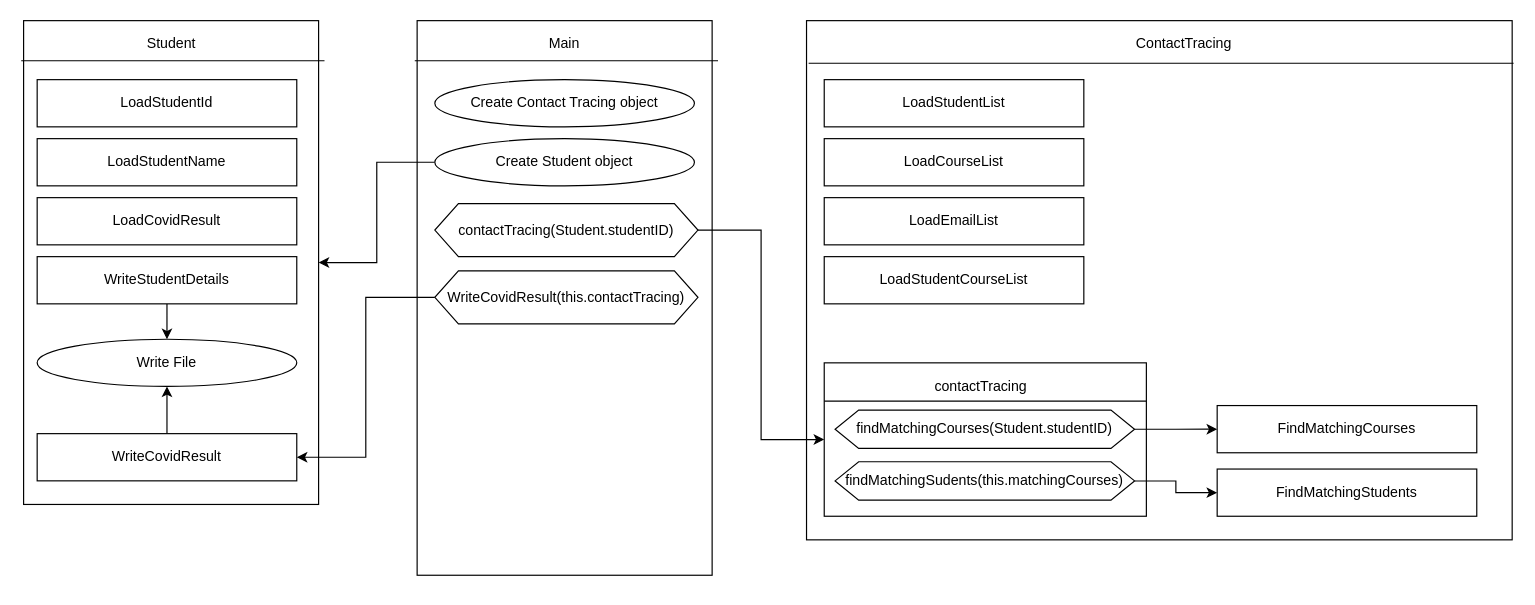
Earlier version of the draw.io diagram Untitled Diagram.drawio (JackStirling15/JavaAsignment1). Source tidied: cells renumbered, new cells numbered last; positions are measured from the earlier drawing's top-left corner, leaving out a move shared by most shapes. Both pictures are drawn from the tidied source at 118%, with x=0, y=0 at pixel (20, 20).
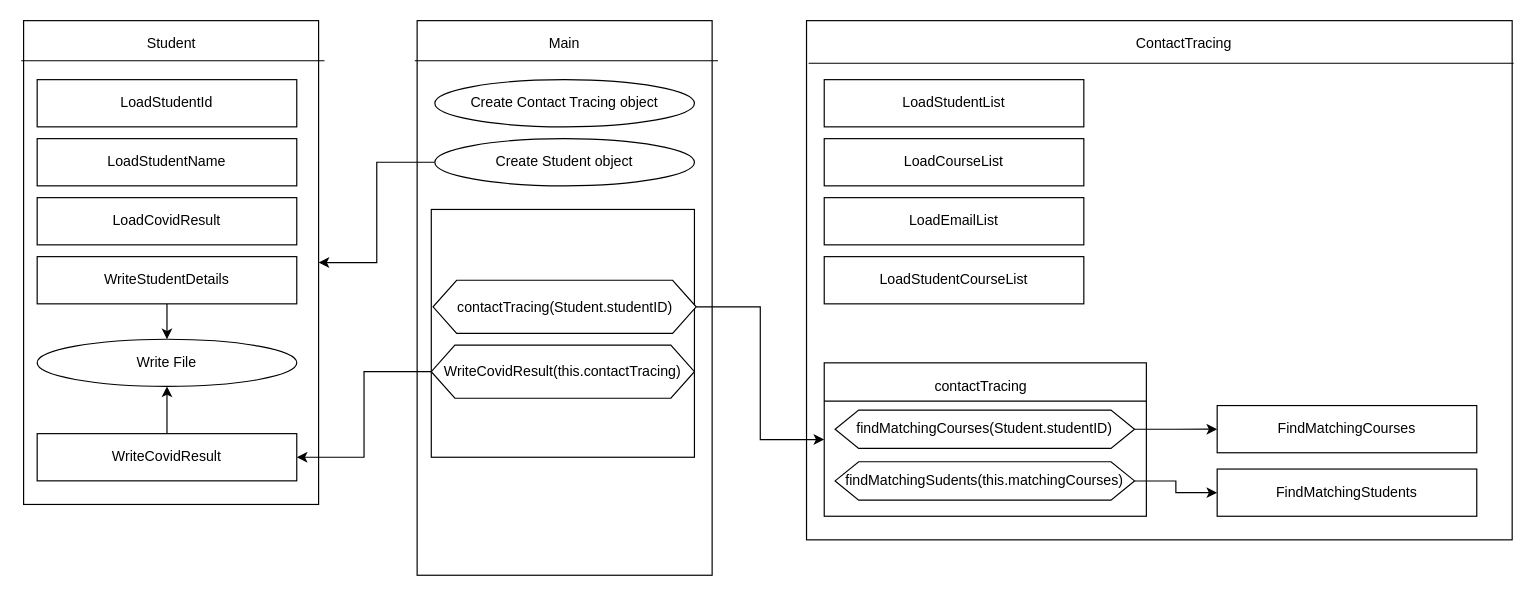
The same page after the edit.

Change to the diagram source:
```diff
@@
+    <mxCell id="42" style="rounded=0;whiteSpace=wrap;html=1;" parent="1" vertex="1">
+      <mxGeometry x="348" y="160" width="223" height="210" as="geometry" />
+    </mxCell>
@@
     <mxCell id="30" value="contactTracing(Student.studentID)" style="shape=hexagon;perimeter=hexagonPerimeter2;whiteSpace=wrap;html=1;fixedSize=1;" parent="1" vertex="1">
-      <mxGeometry x="351" y="155" width="223" height="45" as="geometry" />
+      <mxGeometry x="349.5" y="220" width="223" height="45" as="geometry" />
     </mxCell>
@@
     <mxCell id="41" value="WriteCovidResult(this.contactTracing)" style="shape=hexagon;perimeter=hexagonPerimeter2;whiteSpace=wrap;html=1;fixedSize=1;" parent="1" vertex="1">
-      <mxGeometry x="351" y="212" width="223" height="45" as="geometry" />
+      <mxGeometry x="348" y="275" width="223" height="45" as="geometry" />
     </mxCell>
```
